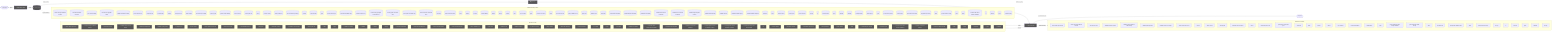
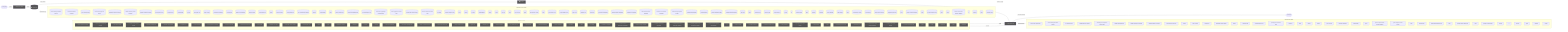
flowchart LR
  UserQ(["👤 User Query"])
  Embed["📐 Embedding Model"]
  VecDB[("📚 Vector Store")]
  Retriever["🔍 Retriever"]
  LLMNode["🧠 LLM / Generator"]
  Output(["✅ Response"])
  UserQ -->|query| Embed
  Embed -->|vector| VecDB
  VecDB -->|top-k chunks| Retriever
  Retriever -->|context + query| LLMNode
  LLMNode -->|generated answer| Output
  subgraph DetectedMemory["Detected memory stores"]
    det_detectedmemory_check_steering_feedback_contract_80134459[("check-steering-feedback-contract")]
    det_detectedmemory_normalize_workflow_contracts_8701f1c8[("normalize-workflow-contracts")]
    det_detectedmemory_sync_codex_preflight_7e7a8dc2[("sync-codex-preflight")]
    det_detectedmemory_test_harness_upgrade_matrix_84113c4e[("test-harness-upgrade-matrix")]
+     det_detectedmemory_validate_prompt_context_drift_8c949ef6[("validate-prompt-context-drift")]
+     det_detectedmemory_validate_runtime_packet_schemas_bc3ba8ec[("validate-runtime-packet-schemas")]
    det_detectedmemory_validate_workflow_contracts_33dc063c[("validate-workflow-contracts")]
    det_detectedmemory_branch_protect_core_a8feb0fd[("branch-protect-core")]
    det_detectedmemory_ci_migrate_core_7005b5af[("ci-migrate-core")]
    det_detectedmemory_context_health_80bb7da9[("context-health")]
    det_detectedmemory_context_ea7792a2[("context")]
    det_detectedmemory_docs_gate_core_eb9b6c18[("docs-gate-core")]
    det_detectedmemory_index_context_de3ed39d[("index-context")]
    det_detectedmemory_local_memory_preflight_dcc36c42[("local-memory-preflight")]
    det_detectedmemory_memory_gate_a577a506[("memory-gate")]
    det_detectedmemory_pattern_scope_siblings_43abe000[("pattern-scope-siblings")]
    det_detectedmemory_review_context_ca6cf81d[("review-context")]
    det_detectedmemory_review_gate_core_4c8001f9[("review-gate-core")]
    det_detectedmemory_search_24193290[("search")]
    det_detectedmemory_session_context_e5ec72c0[("session-context")]
    det_detectedmemory_tooling_audit_core_328d6a41[("tooling-audit-core")]
    det_detectedmemory_run_local_memory_preflight_36e92808[("run-local-memory-preflight")]
    det_detectedmemory_checker_d2d2328e[("checker")]
    det_detectedmemory_context_health_1_ceb11829[("context-health")]
    det_detectedmemory_types_2_d9bc6e7a[("types")]
    det_detectedmemory_branch_protect_sync_570adb18[("branch-protect-sync")]
    det_detectedmemory_command_capability_rules_ca3f496a[("command-capability-rules")]
    det_detectedmemory_command_specs_core_1c0ffc99[("command-specs-core")]
    det_detectedmemory_local_memory_preflight_command_spec_9e23f3ce[("local-memory-preflight-command-spec")]
    det_detectedmemory_memory_gate_command_spec_dc9001a9[("memory-gate-command-spec")]
    det_detectedmemory_review_gate_command_spec_3187376a[("review-gate-command-spec")]
    det_detectedmemory_session_context_command_spec_973afbb1[("session-context-command-spec")]
    det_detectedmemory_constants_7517017f[("constants")]
    det_detectedmemory_context_compact_policy_3dcaf95d[("context-compact-policy")]
    det_detectedmemory_index_2_10143590[("index")]
    det_detectedmemory_indexer_70fa78e5[("indexer")]
    det_detectedmemory_init_error_5c7dd49f[("init-error")]
    det_detectedmemory_lexical_fallback_723e2b3e[("lexical-fallback")]
    det_detectedmemory_ollama_76e3c7bf[("ollama")]
    det_detectedmemory_rollout_a4fa034c[("rollout")]
    det_detectedmemory_sources_878a52fc[("sources")]
    det_detectedmemory_store_824d80d7[("store")]
    det_detectedmemory_sync_contract_c79fa191[("sync-contract")]
    det_detectedmemory_types_7_2f1ed65e[("types")]
    det_detectedmemory_harness_run_context_ac7c77a9[("harness-run-context")]
    det_detectedmemory_index_3_7e40d474[("index")]
    det_detectedmemory_json_schema_core_96d7e328[("json-schema-core")]
    det_detectedmemory_policy_validators_core_714a3fe7[("policy-validators-core")]
    det_detectedmemory_types_core_e405ddca[("types-core")]
    det_detectedmemory_validator_core_4358f8ba[("validator-core")]
    det_detectedmemory_init_modes_c05ceb07[("init-modes")]
    det_detectedmemory_project_brain_templates_7ef51530[("project-brain-templates")]
    det_detectedmemory_scaffold_diagram_templates_dd88e83c[("scaffold-diagram-templates")]
    det_detectedmemory_scaffold_doc_templates_f6152330[("scaffold-doc-templates")]
    det_detectedmemory_scaffold_environment_templates_c1ceba6a[("scaffold-environment-templates")]
    det_detectedmemory_scaffold_root_command_templates_404fed7f[("scaffold-root-command-templates")]
    det_detectedmemory_scaffold_script_template_registry_69312d4e[("scaffold-script-template-registry")]
    det_detectedmemory_scaffold_shell_templates_0ad0f915[("scaffold-shell-templates")]
    det_detectedmemory_scaffold_surfaces_12d6494e[("scaffold-surfaces")]
    det_detectedmemory_scaffold_template_registry_b1cce2aa[("scaffold-template-registry")]
    det_detectedmemory_scaffold_workflow_template_92310587[("scaffold-workflow-template")]
    det_detectedmemory_eval_seed_5699fd3e[("eval-seed")]
    det_detectedmemory_index_8_6f0f20ec[("index")]
    det_detectedmemory_review_context_1_e3afed15[("review-context")]
    det_detectedmemory_memory_gate_1_265164ac[("memory-gate")]
    det_detectedmemory_branch_enforcer_acb749cd[("branch-enforcer")]
    det_detectedmemory_cli_args_5_09ea29f0[("cli-args")]
    det_detectedmemory_cli_6_eac72be2[("cli")]
    det_detectedmemory_metrics_tracker_98cec29c[("metrics-tracker")]
    det_detectedmemory_types_17_ed30531c[("types")]
    det_detectedmemory_validator_4_5180cf23[("validator")]
    det_detectedmemory_classifier_fe1991a9[("classifier")]
    det_detectedmemory_tooling_baseline_50ab2eeb[("tooling-baseline")]
    det_detectedmemory_claim_helpers_20dc8387[("claim-helpers")]
    det_detectedmemory_types_22_f3cf4a73[("types")]
    det_detectedmemory_local_memory_smoke_1175abfc[("local-memory-smoke")]
    det_detectedmemory_local_memory_0db17ecc[("local-memory")]
    det_detectedmemory_performance_overload_c685bfcf[("performance-overload")]
    det_detectedmemory_suggestion_generator_0956f794[("suggestion-generator")]
    det_detectedmemory_index_10_f6785a46[("index")]
+     det_detectedmemory_prompt_context_drift_report_3257a95c[("prompt-context-drift-report")]
+     det_detectedmemory_index_11_ffcd5842[("index")]
    det_detectedmemory_prompt_context_receipt_17b862b2[("prompt-context-receipt")]
    det_detectedmemory_types_29_929d5a70[("types")]
    det_detectedmemory_policy_1_fc4198db[("policy")]
    det_detectedmemory_runtime_card_codex_runtime_validation_d8ce9934[("runtime-card-codex-runtime-validation")]
    det_detectedmemory_cli_11_338a8415[("cli")]
    det_detectedmemory_collector_0736fd5b[("collector")]
    det_detectedmemory_types_32_bfe791ff[("types")]
    det_detectedmemory_overload_guard_2748c559[("overload-guard")]
  end
  VecDB -. "implemented by" .-> DetectedMemory
  subgraph DetectedLLM["Detected LLM clients"]
    det_detectedllm_check_codex_agent_roles_5bb2e89b["check-codex-agent-roles"]
    det_detectedllm_check_steering_feedback_contract_80134459["check-steering-feedback-contract"]
    det_detectedllm_run_harness_evals_77704768["run-harness-evals"]
    det_detectedllm_validate_decision_request_2e5c325e["validate-decision-request"]
    det_detectedllm_validate_goal_completion_audit_receipt_100d252c["validate-goal-completion-audit-receipt"]
    det_detectedllm_validate_packaged_skill_5e32c890["validate-packaged-skill"]
+     det_detectedllm_validate_prompt_context_drift_8c949ef6["validate-prompt-context-drift"]
    det_detectedllm_validate_reviewer_coverage_251efee3["validate-reviewer-coverage"]
    det_detectedllm_check_environment_core_2c16213f["check-environment-core"]
    det_detectedllm_context_ea7792a2["context"]
    det_detectedllm_index_context_de3ed39d["index-context"]
    det_detectedllm_prompt_gate_c5e9d207["prompt-gate"]
    det_detectedllm_remediate_runner_helpers_929fedcc["remediate-runner-helpers"]
    det_detectedllm_search_24193290["search"]
+     det_detectedllm_context_health_1_ceb11829["context-health"]
    det_detectedllm_command_specs_core_1c0ffc99["command-specs-core"]
    det_detectedllm_prompt_gate_command_spec_9a941482["prompt-gate-command-spec"]
    det_detectedllm_constants_7517017f["constants"]
    det_detectedllm_index_2_10143590["index"]
    det_detectedllm_indexer_70fa78e5["indexer"]
    det_detectedllm_ollama_76e3c7bf["ollama"]
    det_detectedllm_sync_contract_c79fa191["sync-contract"]
    det_detectedllm_north_star_validators_cfc926ce["north-star-validators"]
    det_detectedllm_hilt_boundary_9b36fb15["hilt-boundary"]
    det_detectedllm_types_9_1db4641f["types"]
    det_detectedllm_goal_completion_audit_receipt_validation_9d0f4891["goal-completion-audit-receipt-validation"]
    det_detectedllm_goal_completion_audit_receipt_5e4939c3["goal-completion-audit-receipt"]
    det_detectedllm_index_4_013aa0e3["index"]
    det_detectedllm_sensitive_text_7c11f760["sensitive-text"]
    det_detectedllm_pr_template_validator_rules_20a32d6b["pr-template-validator-rules"]
    det_detectedllm_index_10_f6785a46["index"]
+     det_detectedllm_prompt_context_drift_report_3257a95c["prompt-context-drift-report"]
+     det_detectedllm_index_11_ffcd5842["index"]
    det_detectedllm_prompt_context_receipt_17b862b2["prompt-context-receipt"]
    det_detectedllm_cli_args_9_9c136878["cli-args"]
    det_detectedllm_cli_10_35dc8cbd["cli"]
    det_detectedllm_sections_4697ef32["sections"]
    det_detectedllm_types_25_89d086aa["types"]
    det_detectedllm_validator_6_3688adbf["validator"]
    det_detectedllm_cli_args_10_861cdd3f["cli-args"]
  end
  LLMNode -. "implemented by" .-> DetectedLLM
  subgraph DetectedTools["Agentic tool calls"]
    det_detectedtools_check_codex_agent_roles_5bb2e89b["🔧 check-codex-agent-roles"]
    det_detectedtools_check_steering_feedback_contract_80134459["🔧 check-steering-feedback-contract"]
    det_detectedtools_run_harness_evals_77704768["🔧 run-harness-evals"]
    det_detectedtools_validate_action_review_receipt_fa2f06c3["🔧 validate-action-review-receipt"]
    det_detectedtools_validate_packaged_skill_5e32c890["🔧 validate-packaged-skill"]
    det_detectedtools_validate_replay_packet_f309747e["🔧 validate-replay-packet"]
    det_detectedtools_ci_migrate_core_7005b5af["🔧 ci-migrate-core"]
    det_detectedtools_doctor_checks_5a2eb2b9["🔧 doctor-checks"]
    det_detectedtools_doctor_github_tool_checks_a53b0382["🔧 doctor-github-tool-checks"]
    det_detectedtools_doctor_tool_checks_4acac51a["🔧 doctor-tool-checks"]
    det_detectedtools_next_blocked_decisions_4140ad2b["🔧 next-blocked-decisions"]
    det_detectedtools_policy_gate_213f7313["🔧 policy-gate"]
    det_detectedtools_remediate_cli_output_cc165396["🔧 remediate-cli-output"]
    det_detectedtools_remediate_runner_helpers_929fedcc["🔧 remediate-runner-helpers"]
    det_detectedtools_review_gate_core_4c8001f9["🔧 review-gate-core"]
    det_detectedtools_index_1bc04b52["🔧 index"]
    det_detectedtools_types_1_4ecdf56e["🔧 types"]
    det_detectedtools_validation_constants_e002a0f6["🔧 validation-constants"]
    det_detectedtools_validation_98c41dcd["🔧 validation"]
    det_detectedtools_checker_d2d2328e["🔧 checker"]
    det_detectedtools_cli_args_1_6144b055["🔧 cli-args"]
    det_detectedtools_command_capabilities_a4d5c71e["🔧 command-capabilities"]
    det_detectedtools_command_capability_rules_ca3f496a["🔧 command-capability-rules"]
    det_detectedtools_linear_command_actions_e430f4f4["🔧 linear-command-actions"]
    det_detectedtools_linear_command_runner_4a740dfc["🔧 linear-command-runner"]
    det_detectedtools_policy_validators_core_714a3fe7["🔧 policy-validators-core"]
    det_detectedtools_types_core_e405ddca["🔧 types-core"]
    det_detectedtools_validator_core_4358f8ba["🔧 validator-core"]
    det_detectedtools_validator_helpers_7b927667["🔧 validator-helpers"]
    det_detectedtools_he_phase_exit_core_1148895b["🔧 he-phase-exit-core"]
    det_detectedtools_ralph_runtime_73d63c0e["🔧 ralph-runtime"]
    det_detectedtools_observed_skill_usage_ed7d5930["🔧 observed-skill-usage"]
    det_detectedtools_closure_evidence_aaa31467["🔧 closure-evidence"]
    det_detectedtools_pr_creator_dc6b1ea4["🔧 pr-creator"]
    det_detectedtools_client_948fe603["🔧 client"]
    det_detectedtools_init_output_360dce91["🔧 init-output"]
    det_detectedtools_scaffold_ci_templates_2afd6392["🔧 scaffold-ci-templates"]
    det_detectedtools_scaffold_codex_environment_templates_334fbbed["🔧 scaffold-codex-environment-templates"]
    det_detectedtools_scaffold_config_templates_4b80ce53["🔧 scaffold-config-templates"]
    det_detectedtools_scaffold_environment_templates_c1ceba6a["🔧 scaffold-environment-templates"]
    det_detectedtools_scaffold_github_actions_pr_pipeline_renderer_1ee18de5["🔧 scaffold-github-actions-pr-pipeline-renderer"]
    det_detectedtools_scaffold_github_actions_pr_pipeline_template_e2b85f62["🔧 scaffold-github-actions-pr-pipeline-template"]
    det_detectedtools_scaffold_release_private_npm_template_075499f8["🔧 scaffold-release-private-npm-template"]
    det_detectedtools_cli_6_eac72be2["🔧 cli"]
    det_detectedtools_metrics_tracker_98cec29c["🔧 metrics-tracker"]
    det_detectedtools_normalise_renderer_85f2e563["🔧 normalise-renderer"]
    det_detectedtools_evaluation_engine_core_e054fe49["🔧 evaluation-engine-core"]
    det_detectedtools_tooling_baseline_50ab2eeb["🔧 tooling-baseline"]
+     det_detectedtools_prompt_context_drift_report_3257a95c["🔧 prompt-context-drift-report"]
    det_detectedtools_replay_packet_a1293f88["🔧 replay-packet"]
-     det_detectedtools_index_11_ffcd5842["🔧 index"]
+     det_detectedtools_index_12_762ec91b["🔧 index"]
    det_detectedtools_review_lifecycle_contract_e5447221["🔧 review-lifecycle-contract"]
    det_detectedtools_review_lifecycle_89afa64c["🔧 review-lifecycle"]
    det_detectedtools_runtime_card_codex_runtime_validation_d8ce9934["🔧 runtime-card-codex-runtime-validation"]
    det_detectedtools_runtime_card_codex_runtime_0655e230["🔧 runtime-card-codex-runtime"]
    det_detectedtools_runtime_evidence_bundle_d471a232["🔧 runtime-evidence-bundle"]
    det_detectedtools_types_34_85e6a0bb["🔧 types"]
-     det_detectedtools_index_14_d982116c["🔧 index"]
+     det_detectedtools_index_15_99636ec5["🔧 index"]
    det_detectedtools_projection_1b250ea1["🔧 projection"]
    det_detectedtools_types_36_674380ec["🔧 types"]
    det_detectedtools_validation_6_097a7ce3["🔧 validation"]
  end
  LLMNode -->|tool use| DetectedTools
  DetectedTools -->|result| LLMNode
  classDef memNode fill:#555,color:#fff
  class VecDB,Retriever memNode
  classDef llmNode fill:#555,color:#fff
  class LLMNode,Embed llmNode
  classDef toolNode fill:#555,color:#fff
-   class det_detectedtools_check_codex_agent_roles_5bb2e89b,det_detectedtools_check_steering_feedback_contract_80134459,det_detectedtools_run_harness_evals_77704768,det_detectedtools_validate_action_review_receipt_fa2f06c3,det_detectedtools_validate_packaged_skill_5e32c890,det_detectedtools_validate_replay_packet_f309747e,det_detectedtools_ci_migrate_core_7005b5af,det_detectedtools_doctor_checks_5a2eb2b9,det_detectedtools_doctor_github_tool_checks_a53b0382,det_detectedtools_doctor_tool_checks_4acac51a,det_detectedtools_next_blocked_decisions_4140ad2b,det_detectedtools_policy_gate_213f7313,det_detectedtools_remediate_cli_output_cc165396,det_detectedtools_remediate_runner_helpers_929fedcc,det_detectedtools_review_gate_core_4c8001f9,det_detectedtools_index_1bc04b52,det_detectedtools_types_1_4ecdf56e,det_detectedtools_validation_constants_e002a0f6,det_detectedtools_validation_98c41dcd,det_detectedtools_checker_d2d2328e,det_detectedtools_cli_args_1_6144b055,det_detectedtools_command_capabilities_a4d5c71e,det_detectedtools_command_capability_rules_ca3f496a,det_detectedtools_linear_command_actions_e430f4f4,det_detectedtools_linear_command_runner_4a740dfc,det_detectedtools_policy_validators_core_714a3fe7,det_detectedtools_types_core_e405ddca,det_detectedtools_validator_core_4358f8ba,det_detectedtools_validator_helpers_7b927667,det_detectedtools_he_phase_exit_core_1148895b,det_detectedtools_ralph_runtime_73d63c0e,det_detectedtools_observed_skill_usage_ed7d5930,det_detectedtools_closure_evidence_aaa31467,det_detectedtools_pr_creator_dc6b1ea4,det_detectedtools_client_948fe603,det_detectedtools_init_output_360dce91,det_detectedtools_scaffold_ci_templates_2afd6392,det_detectedtools_scaffold_codex_environment_templates_334fbbed,det_detectedtools_scaffold_config_templates_4b80ce53,det_detectedtools_scaffold_environment_templates_c1ceba6a,det_detectedtools_scaffold_github_actions_pr_pipeline_renderer_1ee18de5,det_detectedtools_scaffold_github_actions_pr_pipeline_template_e2b85f62,det_detectedtools_scaffold_release_private_npm_template_075499f8,det_detectedtools_cli_6_eac72be2,det_detectedtools_metrics_tracker_98cec29c,det_detectedtools_normalise_renderer_85f2e563,det_detectedtools_evaluation_engine_core_e054fe49,det_detectedtools_tooling_baseline_50ab2eeb,det_detectedtools_replay_packet_a1293f88,det_detectedtools_index_11_ffcd5842,det_detectedtools_review_lifecycle_contract_e5447221,det_detectedtools_review_lifecycle_89afa64c,det_detectedtools_runtime_card_codex_runtime_validation_d8ce9934,det_detectedtools_runtime_card_codex_runtime_0655e230,det_detectedtools_runtime_evidence_bundle_d471a232,det_detectedtools_types_34_85e6a0bb,det_detectedtools_index_14_d982116c,det_detectedtools_projection_1b250ea1,det_detectedtools_types_36_674380ec,det_detectedtools_validation_6_097a7ce3 toolNode
+   class det_detectedtools_check_codex_agent_roles_5bb2e89b,det_detectedtools_check_steering_feedback_contract_80134459,det_detectedtools_run_harness_evals_77704768,det_detectedtools_validate_action_review_receipt_fa2f06c3,det_detectedtools_validate_packaged_skill_5e32c890,det_detectedtools_validate_replay_packet_f309747e,det_detectedtools_ci_migrate_core_7005b5af,det_detectedtools_doctor_checks_5a2eb2b9,det_detectedtools_doctor_github_tool_checks_a53b0382,det_detectedtools_doctor_tool_checks_4acac51a,det_detectedtools_next_blocked_decisions_4140ad2b,det_detectedtools_policy_gate_213f7313,det_detectedtools_remediate_cli_output_cc165396,det_detectedtools_remediate_runner_helpers_929fedcc,det_detectedtools_review_gate_core_4c8001f9,det_detectedtools_index_1bc04b52,det_detectedtools_types_1_4ecdf56e,det_detectedtools_validation_constants_e002a0f6,det_detectedtools_validation_98c41dcd,det_detectedtools_checker_d2d2328e,det_detectedtools_cli_args_1_6144b055,det_detectedtools_command_capabilities_a4d5c71e,det_detectedtools_command_capability_rules_ca3f496a,det_detectedtools_linear_command_actions_e430f4f4,det_detectedtools_linear_command_runner_4a740dfc,det_detectedtools_policy_validators_core_714a3fe7,det_detectedtools_types_core_e405ddca,det_detectedtools_validator_core_4358f8ba,det_detectedtools_validator_helpers_7b927667,det_detectedtools_he_phase_exit_core_1148895b,det_detectedtools_ralph_runtime_73d63c0e,det_detectedtools_observed_skill_usage_ed7d5930,det_detectedtools_closure_evidence_aaa31467,det_detectedtools_pr_creator_dc6b1ea4,det_detectedtools_client_948fe603,det_detectedtools_init_output_360dce91,det_detectedtools_scaffold_ci_templates_2afd6392,det_detectedtools_scaffold_codex_environment_templates_334fbbed,det_detectedtools_scaffold_config_templates_4b80ce53,det_detectedtools_scaffold_environment_templates_c1ceba6a,det_detectedtools_scaffold_github_actions_pr_pipeline_renderer_1ee18de5,det_detectedtools_scaffold_github_actions_pr_pipeline_template_e2b85f62,det_detectedtools_scaffold_release_private_npm_template_075499f8,det_detectedtools_cli_6_eac72be2,det_detectedtools_metrics_tracker_98cec29c,det_detectedtools_normalise_renderer_85f2e563,det_detectedtools_evaluation_engine_core_e054fe49,det_detectedtools_tooling_baseline_50ab2eeb,det_detectedtools_prompt_context_drift_report_3257a95c,det_detectedtools_replay_packet_a1293f88,det_detectedtools_index_12_762ec91b,det_detectedtools_review_lifecycle_contract_e5447221,det_detectedtools_review_lifecycle_89afa64c,det_detectedtools_runtime_card_codex_runtime_validation_d8ce9934,det_detectedtools_runtime_card_codex_runtime_0655e230,det_detectedtools_runtime_evidence_bundle_d471a232,det_detectedtools_types_34_85e6a0bb,det_detectedtools_index_15_99636ec5,det_detectedtools_projection_1b250ea1,det_detectedtools_types_36_674380ec,det_detectedtools_validation_6_097a7ce3 toolNode
